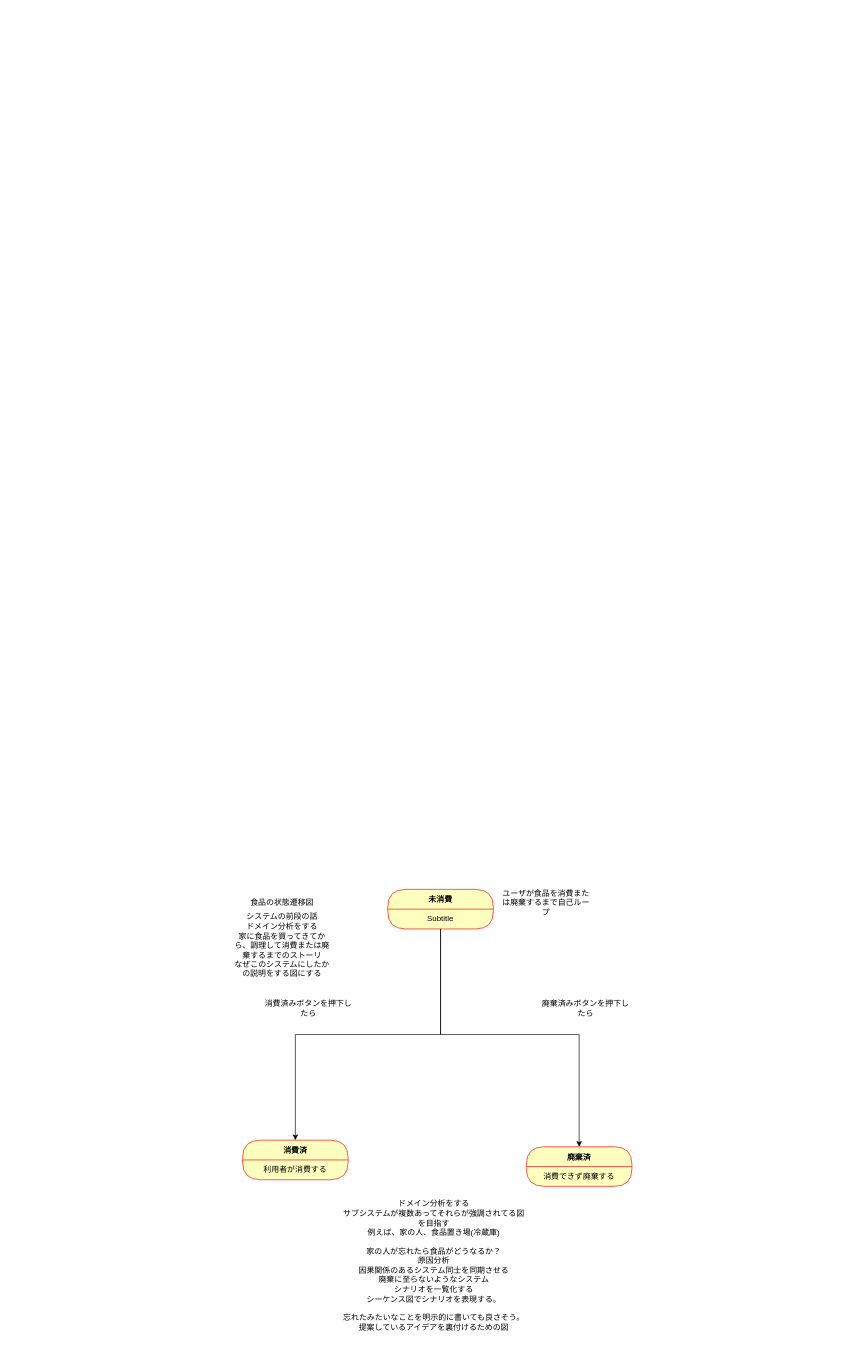
The draw.io diagram page "state-machine" (2 of 9) of general-design.drawio in d-angelo-2049/food-loss-designs, before the edit. Source tidied: cells renumbered, new cells numbered last; positions are measured from the earlier drawing's top-left corner, leaving out a move shared by most shapes. Both pictures are drawn from the tidied source at 66%, with x=0, y=0 at pixel (232, 876).
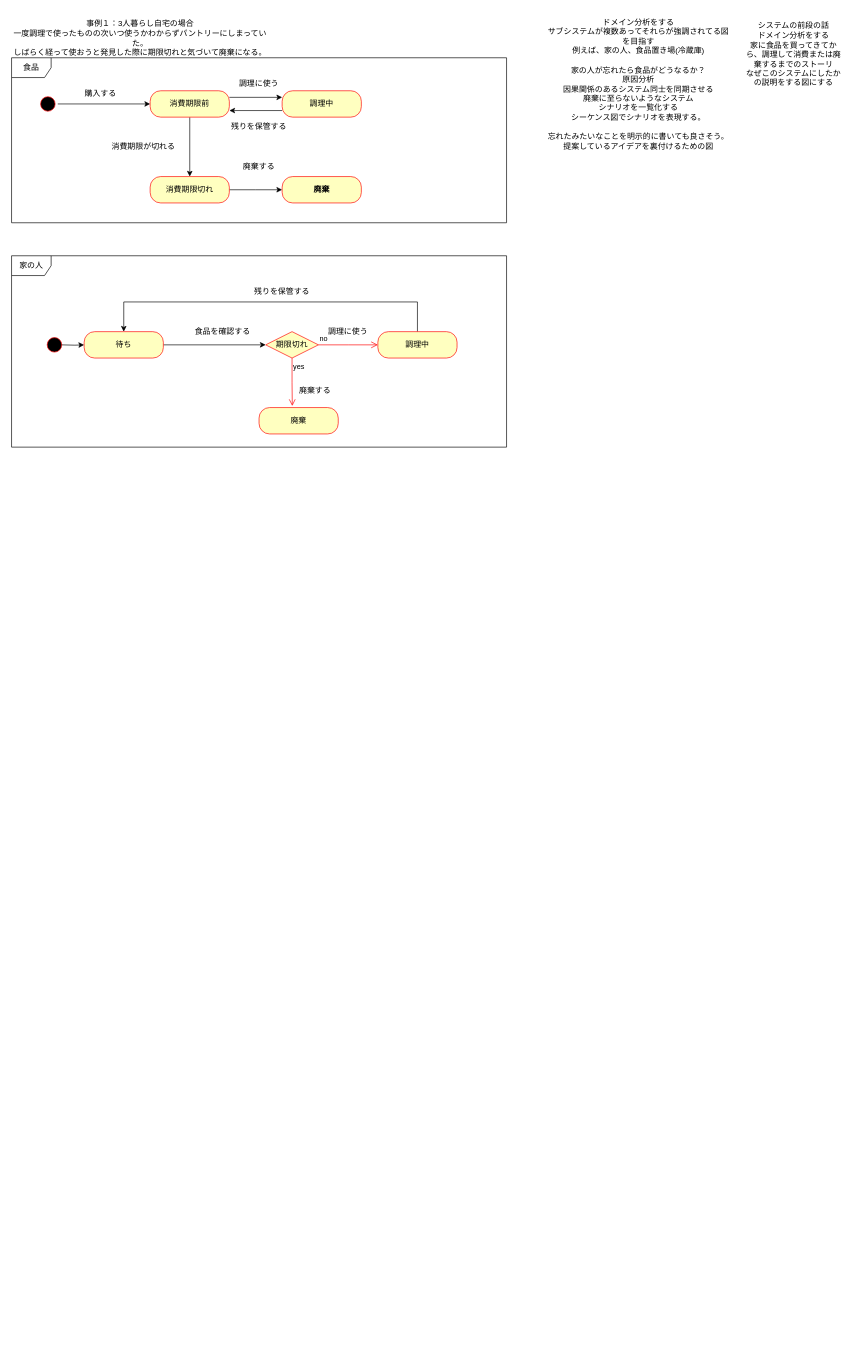
Above is the later version.

Commit message:
general-design.drawio を更新します

The edit, as a diff of the source:
```diff
@@
-    <mxCell id="2" value="未消費" style="swimlane;fontStyle=1;align=center;verticalAlign=middle;horizontal=1;startSize=30;fontColor=#000000;rounded=1;arcSize=30;strokeColor=#ff0000;fillColor=#ffffc0;swimlaneFillColor=#ffffc0;" parent="1" vertex="1">
-      <mxGeometry x="235" y="20" width="160" height="60" as="geometry" />
-    </mxCell>
-    <mxCell id="3" value="Subtitle" style="text;html=1;strokeColor=none;fillColor=none;align=center;verticalAlign=middle;spacingLeft=4;spacingRight=4;whiteSpace=wrap;overflow=hidden;fontColor=#000000;" parent="2" vertex="1">
-      <mxGeometry y="30" width="160" height="30" as="geometry" />
-    </mxCell>
-    <mxCell id="4" value="消費済" style="swimlane;fontStyle=1;align=center;verticalAlign=middle;horizontal=1;startSize=30;fontColor=#000000;rounded=1;arcSize=30;strokeColor=#ff0000;fillColor=#ffffc0;swimlaneFillColor=#ffffc0;" parent="1" vertex="1">
-      <mxGeometry x="15" y="400" width="160" height="60" as="geometry" />
-    </mxCell>
-    <mxCell id="5" value="利用者が消費する" style="text;html=1;strokeColor=none;fillColor=none;align=center;verticalAlign=middle;spacingLeft=4;spacingRight=4;whiteSpace=wrap;overflow=hidden;fontColor=#000000;" parent="4" vertex="1">
-      <mxGeometry y="30" width="160" height="30" as="geometry" />
-    </mxCell>
-    <mxCell id="6" value="廃棄済" style="swimlane;fontStyle=1;align=center;verticalAlign=middle;horizontal=1;startSize=30;fontColor=#000000;rounded=1;arcSize=30;strokeColor=#ff0000;fillColor=#ffffc0;swimlaneFillColor=#ffffc0;" parent="1" vertex="1">
-      <mxGeometry x="445" y="410" width="160" height="60" as="geometry" />
-    </mxCell>
-    <mxCell id="7" value="消費できず廃棄する" style="text;html=1;strokeColor=none;fillColor=none;align=center;verticalAlign=middle;spacingLeft=4;spacingRight=4;whiteSpace=wrap;overflow=hidden;fontColor=#000000;" parent="6" vertex="1">
-      <mxGeometry y="30" width="160" height="30" as="geometry" />
-    </mxCell>
-    <mxCell id="8" style="edgeStyle=orthogonalEdgeStyle;rounded=0;jettySize=auto;html=1;exitX=0.5;exitY=1;exitDx=0;exitDy=0;" parent="1" edge="1" source="3" target="4">
-      <mxGeometry relative="1" as="geometry" />
-    </mxCell>
-    <mxCell id="9" style="edgeStyle=orthogonalEdgeStyle;rounded=0;jettySize=auto;html=1;entryX=0.5;entryY=0;entryDx=0;entryDy=0;" parent="1" edge="1" source="3" target="6">
-      <mxGeometry relative="1" as="geometry">
-        <Array as="points">
-          <mxPoint x="315" y="240" />
-          <mxPoint x="525" y="240" />
-        </Array>
-      </mxGeometry>
-    </mxCell>
-    <mxCell id="10" value="ユーザが食品を消費または廃棄するまで自己ループ" style="text;html=1;strokeColor=none;fillColor=none;align=center;verticalAlign=middle;whiteSpace=wrap;rounded=0;" parent="1" vertex="1">
-      <mxGeometry x="405" width="140" height="80" as="geometry" />
-    </mxCell>
-    <mxCell id="11" value="消費済みボタンを押下したら" style="text;html=1;strokeColor=none;fillColor=none;align=center;verticalAlign=middle;whiteSpace=wrap;rounded=0;" parent="1" vertex="1">
-      <mxGeometry x="45" y="160" width="140" height="80" as="geometry" />
-    </mxCell>
-    <mxCell id="12" value="廃棄済みボタンを押下したら" style="text;html=1;strokeColor=none;fillColor=none;align=center;verticalAlign=middle;whiteSpace=wrap;rounded=0;" parent="1" vertex="1">
-      <mxGeometry x="465" y="160" width="140" height="80" as="geometry" />
-    </mxCell>
-    <mxCell id="13" value="食品の状態遷移図" style="text;html=1;strokeColor=none;fillColor=none;align=center;verticalAlign=middle;whiteSpace=wrap;rounded=0;" parent="1" vertex="1">
-      <mxGeometry x="5" width="140" height="80" as="geometry" />
-    </mxCell>
     <mxCell id="14" value="システムの前段の話&lt;br&gt;ドメイン分析をする&lt;br&gt;家に食品を買ってきてから、調理して消費または廃棄するまでのストーリ&lt;br&gt;なぜこのシステムにしたかの説明をする図にする" style="text;html=1;strokeColor=none;fillColor=none;align=center;verticalAlign=middle;whiteSpace=wrap;rounded=0;" parent="1" vertex="1">
-      <mxGeometry y="50" width="150" height="110" as="geometry" />
+      <mxGeometry x="775" y="-1300" width="150" height="110" as="geometry" />
     </mxCell>
     <mxCell id="15" value="ドメイン分析をする&lt;br&gt;サブシステムが複数あってそれらが強調されてる図を目指す&lt;br&gt;例えば、家の人、食品置き場(冷蔵庫)&lt;br&gt;&lt;br&gt;家の人が忘れたら食品がどうなるか？&lt;br&gt;原因分析&lt;br&gt;因果関係のあるシステム同士を同期させる&lt;br&gt;廃棄に至らないようなシステム&lt;br&gt;シナリオを一覧化する&lt;br&gt;シーケンス図でシナリオを表現する。&lt;br&gt;&lt;br&gt;忘れたみたいなことを明示的に書いても良さそう。&lt;br&gt;提案しているアイデアを裏付けるための図" style="text;html=1;strokeColor=none;fillColor=none;align=center;verticalAlign=middle;whiteSpace=wrap;rounded=0;" parent="1" vertex="1">
-      <mxGeometry x="165" y="480" width="280" height="220" as="geometry" />
+      <mxGeometry x="475" y="-1310" width="280" height="220" as="geometry" />
     </mxCell>
+    <mxCell id="16" style="edgeStyle=orthogonalEdgeStyle;rounded=0;jettySize=auto;html=1;" parent="1" edge="1" source="17" target="21">
+      <mxGeometry relative="1" as="geometry" />
+    </mxCell>
+    <mxCell id="17" style="ellipse;html=1;shape=startState;fillColor=#000000;strokeColor=#ff0000;" parent="1" vertex="1">
+      <mxGeometry x="-295" y="-1185" width="30" height="30" as="geometry" />
+    </mxCell>
+    <mxCell id="18" value="事例１：3人暮らし自宅の場合&lt;br&gt;一度調理で使ったものの次いつ使うかわからずパントリーにしまっていた。&lt;br&gt;しばらく経って使おうと発見した際に期限切れと気づいて廃棄になる。" style="text;html=1;strokeColor=none;fillColor=none;align=center;verticalAlign=middle;whiteSpace=wrap;rounded=0;" parent="1" vertex="1">
+      <mxGeometry x="-335" y="-1310" width="390" height="80" as="geometry" />
+    </mxCell>
+    <mxCell id="19" style="edgeStyle=orthogonalEdgeStyle;rounded=0;jettySize=auto;html=1;exitX=1;exitY=0.25;exitDx=0;exitDy=0;entryX=0;entryY=0.25;entryDx=0;entryDy=0;" parent="1" edge="1" source="21" target="24">
+      <mxGeometry relative="1" as="geometry" />
+    </mxCell>
+    <mxCell id="20" style="edgeStyle=orthogonalEdgeStyle;rounded=0;jettySize=auto;html=1;entryX=0.5;entryY=0;entryDx=0;entryDy=0;" parent="1" edge="1" source="21" target="26">
+      <mxGeometry relative="1" as="geometry" />
+    </mxCell>
+    <mxCell id="21" value="消費期限前" style="rounded=1;whiteSpace=wrap;html=1;arcSize=40;fontColor=#000000;fillColor=#ffffc0;strokeColor=#ff0000;" parent="1" vertex="1">
+      <mxGeometry x="-125" y="-1190" width="120" height="40" as="geometry" />
+    </mxCell>
+    <mxCell id="22" value="食品" style="shape=umlFrame;whiteSpace=wrap;html=1;" parent="1" vertex="1">
+      <mxGeometry x="-335" y="-1240" width="750" height="250" as="geometry" />
+    </mxCell>
+    <mxCell id="23" style="edgeStyle=orthogonalEdgeStyle;rounded=0;jettySize=auto;html=1;exitX=0;exitY=0.75;exitDx=0;exitDy=0;entryX=1;entryY=0.75;entryDx=0;entryDy=0;" parent="1" edge="1" source="24" target="21">
+      <mxGeometry relative="1" as="geometry" />
+    </mxCell>
+    <mxCell id="24" value="調理中" style="rounded=1;whiteSpace=wrap;html=1;arcSize=40;fontColor=#000000;fillColor=#ffffc0;strokeColor=#ff0000;" parent="1" vertex="1">
+      <mxGeometry x="75" y="-1190" width="120" height="40" as="geometry" />
+    </mxCell>
+    <mxCell id="25" style="edgeStyle=orthogonalEdgeStyle;rounded=0;jettySize=auto;html=1;" parent="1" edge="1" source="26">
+      <mxGeometry relative="1" as="geometry">
+        <mxPoint x="75" y="-1040" as="targetPoint" />
+      </mxGeometry>
+    </mxCell>
+    <mxCell id="26" value="消費期限切れ" style="rounded=1;whiteSpace=wrap;html=1;arcSize=40;fontColor=#000000;fillColor=#ffffc0;strokeColor=#ff0000;" parent="1" vertex="1">
+      <mxGeometry x="-125" y="-1060" width="120" height="40" as="geometry" />
+    </mxCell>
+    <mxCell id="27" value="廃棄" style="rounded=1;whiteSpace=wrap;html=1;arcSize=40;fontColor=#000000;fillColor=#ffffc0;strokeColor=#ff0000;fontStyle=1;" parent="1" vertex="1">
+      <mxGeometry x="75" y="-1060" width="120" height="40" as="geometry" />
+    </mxCell>
+    <mxCell id="28" value="家の人" style="shape=umlFrame;whiteSpace=wrap;html=1;" parent="1" vertex="1">
+      <mxGeometry x="-335" y="-940" width="750" height="290" as="geometry" />
+    </mxCell>
+    <mxCell id="29" style="edgeStyle=orthogonalEdgeStyle;rounded=0;jettySize=auto;html=1;" parent="1" edge="1" target="32">
+      <mxGeometry relative="1" as="geometry">
+        <mxPoint x="-260" y="-805" as="sourcePoint" />
+      </mxGeometry>
+    </mxCell>
+    <mxCell id="30" style="ellipse;html=1;shape=startState;fillColor=#000000;strokeColor=#ff0000;" parent="1" vertex="1">
+      <mxGeometry x="-285" y="-820" width="30" height="30" as="geometry" />
+    </mxCell>
+    <mxCell id="31" style="edgeStyle=orthogonalEdgeStyle;rounded=0;jettySize=auto;html=1;" parent="1" edge="1" source="32" target="42">
+      <mxGeometry relative="1" as="geometry" />
+    </mxCell>
+    <mxCell id="32" value="待ち" style="rounded=1;whiteSpace=wrap;html=1;arcSize=40;fontColor=#000000;fillColor=#ffffc0;strokeColor=#ff0000;" parent="1" vertex="1">
+      <mxGeometry x="-225" y="-825" width="120" height="40" as="geometry" />
+    </mxCell>
+    <mxCell id="33" value="購入する" style="text;html=1;strokeColor=none;fillColor=none;align=center;verticalAlign=middle;whiteSpace=wrap;rounded=0;" parent="1" vertex="1">
+      <mxGeometry x="-245" y="-1200" width="90" height="30" as="geometry" />
+    </mxCell>
+    <mxCell id="34" value="消費期限が切れる" style="text;html=1;strokeColor=none;fillColor=none;align=center;verticalAlign=middle;whiteSpace=wrap;rounded=0;" parent="1" vertex="1">
+      <mxGeometry x="-185" y="-1120" width="100" height="30" as="geometry" />
+    </mxCell>
+    <mxCell id="35" value="廃棄する" style="text;html=1;strokeColor=none;fillColor=none;align=center;verticalAlign=middle;whiteSpace=wrap;rounded=0;" parent="1" vertex="1">
+      <mxGeometry x="-15" y="-1090" width="110" height="30" as="geometry" />
+    </mxCell>
+    <mxCell id="36" value="調理に使う" style="text;html=1;strokeColor=none;fillColor=none;align=center;verticalAlign=middle;whiteSpace=wrap;rounded=0;" parent="1" vertex="1">
+      <mxGeometry x="-15" y="-1215" width="110" height="30" as="geometry" />
+    </mxCell>
+    <mxCell id="37" value="残りを保管する" style="text;html=1;strokeColor=none;fillColor=none;align=center;verticalAlign=middle;whiteSpace=wrap;rounded=0;" parent="1" vertex="1">
+      <mxGeometry x="-15" y="-1150" width="110" height="30" as="geometry" />
+    </mxCell>
+    <mxCell id="38" style="edgeStyle=orthogonalEdgeStyle;rounded=0;jettySize=auto;html=1;entryX=0.5;entryY=0;entryDx=0;entryDy=0;" parent="1" edge="1" source="39" target="32">
+      <mxGeometry relative="1" as="geometry">
+        <Array as="points">
+          <mxPoint x="280" y="-870" />
+          <mxPoint x="-165" y="-870" />
+        </Array>
+      </mxGeometry>
+    </mxCell>
+    <mxCell id="39" value="調理中" style="rounded=1;whiteSpace=wrap;html=1;arcSize=40;fontColor=#000000;fillColor=#ffffc0;strokeColor=#ff0000;" parent="1" vertex="1">
+      <mxGeometry x="220" y="-825" width="120" height="40" as="geometry" />
+    </mxCell>
+    <mxCell id="40" value="調理に使う" style="text;html=1;strokeColor=none;fillColor=none;align=center;verticalAlign=middle;whiteSpace=wrap;rounded=0;" parent="1" vertex="1">
+      <mxGeometry x="120" y="-840" width="110" height="30" as="geometry" />
+    </mxCell>
+    <mxCell id="41" value="廃棄" style="rounded=1;whiteSpace=wrap;html=1;arcSize=40;fontColor=#000000;fillColor=#ffffc0;strokeColor=#ff0000;" parent="1" vertex="1">
+      <mxGeometry x="40" y="-710" width="120" height="40" as="geometry" />
+    </mxCell>
+    <mxCell id="42" value="期限切れ" style="rhombus;whiteSpace=wrap;html=1;fontColor=#000000;fillColor=#ffffc0;strokeColor=#ff0000;" parent="1" vertex="1">
+      <mxGeometry x="50" y="-825" width="80" height="40" as="geometry" />
+    </mxCell>
+    <mxCell id="43" value="no" style="edgeStyle=orthogonalEdgeStyle;html=1;align=left;verticalAlign=bottom;endArrow=open;endSize=8;strokeColor=#ff0000;rounded=0;entryX=0;entryY=0.5;entryDx=0;entryDy=0;" parent="1" edge="1" source="42">
+      <mxGeometry x="-1" relative="1" as="geometry">
+        <mxPoint x="220" y="-805" as="targetPoint" />
+      </mxGeometry>
+    </mxCell>
+    <mxCell id="44" value="yes" style="edgeStyle=orthogonalEdgeStyle;html=1;align=left;verticalAlign=top;endArrow=open;endSize=8;strokeColor=#ff0000;rounded=0;entryX=0.42;entryY=-0.06;entryDx=0;entryDy=0;entryPerimeter=0;" parent="1" edge="1" source="42" target="41">
+      <mxGeometry x="-1" relative="1" as="geometry" />
+    </mxCell>
+    <mxCell id="45" value="食品を確認する" style="text;html=1;strokeColor=none;fillColor=none;align=center;verticalAlign=middle;whiteSpace=wrap;rounded=0;" parent="1" vertex="1">
+      <mxGeometry x="-70" y="-840" width="110" height="30" as="geometry" />
+    </mxCell>
+    <mxCell id="46" value="廃棄する" style="text;html=1;strokeColor=none;fillColor=none;align=center;verticalAlign=middle;whiteSpace=wrap;rounded=0;" parent="1" vertex="1">
+      <mxGeometry x="70" y="-750" width="110" height="30" as="geometry" />
+    </mxCell>
+    <mxCell id="47" value="残りを保管する" style="text;html=1;strokeColor=none;fillColor=none;align=center;verticalAlign=middle;whiteSpace=wrap;rounded=0;" parent="1" vertex="1">
+      <mxGeometry x="20" y="-900" width="110" height="30" as="geometry" />
+    </mxCell>
```
